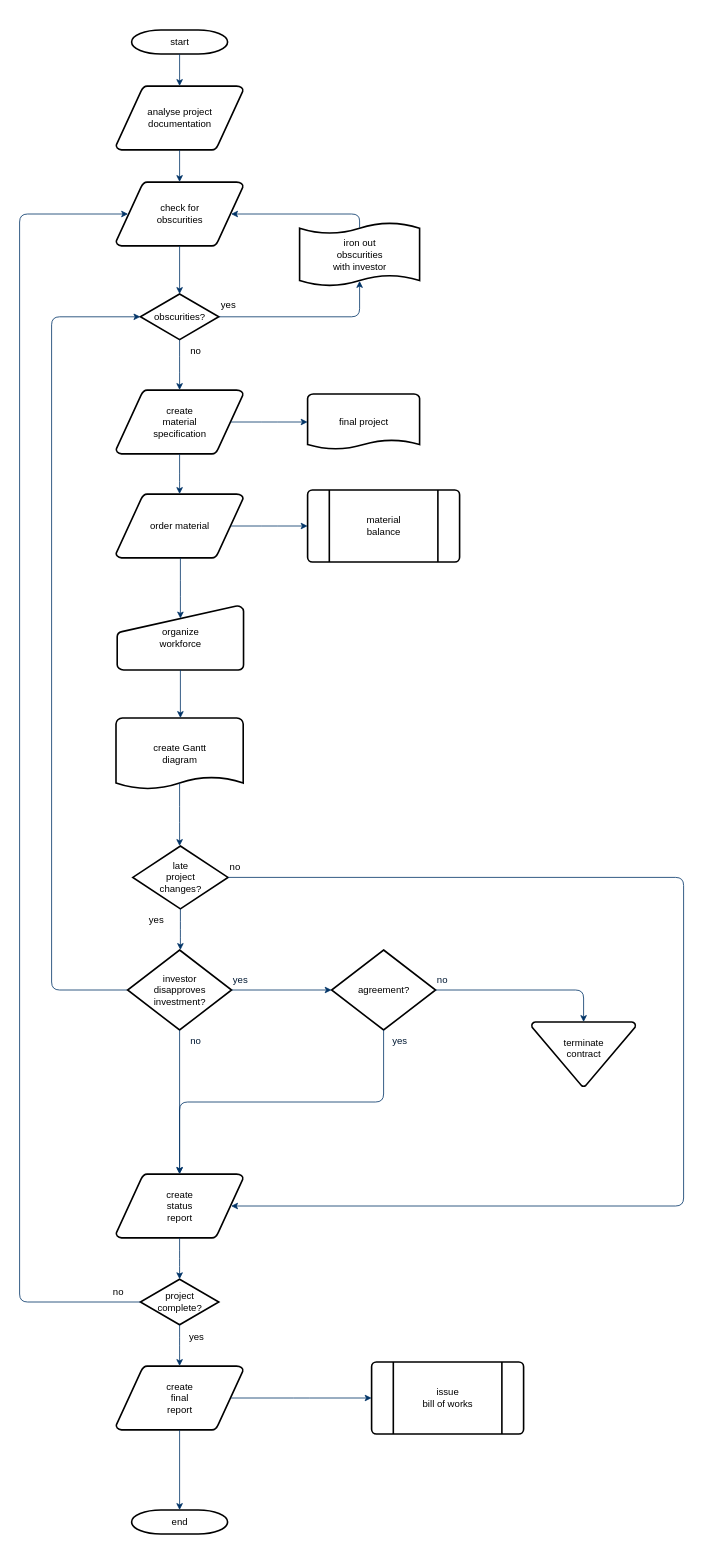
This is boltdb写事务.drawio from peng6677/drawio, a draw.io file, before an edit. Source tidied: cells renumbered, new cells numbered last; positions are measured from the earlier drawing's top-left corner, leaving out a move shared by most shapes. Both pictures are drawn from the tidied source at 80%, with x=0, y=0 at pixel (19, 30).
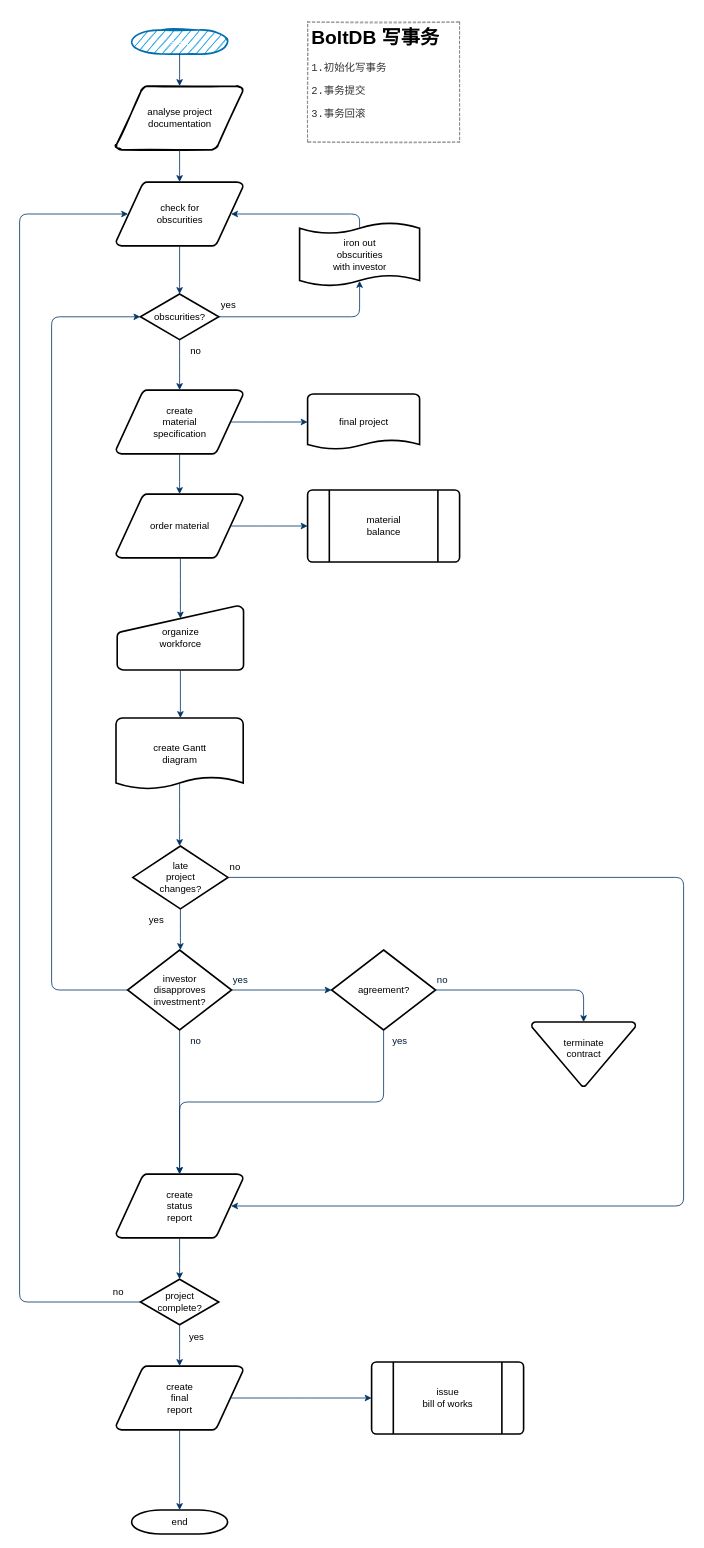
The same diagram, later.

Commit message:
更新boltdb写事务.drawio

Change to the diagram source:
```diff
@@
-    <mxCell id="2" value="start" style="shape=mxgraph.flowchart.terminator;strokeWidth=2;gradientColor=none;gradientDirection=north;fontStyle=0;html=1;" parent="1" vertex="1">
+    <mxCell id="2" value="start" style="shape=mxgraph.flowchart.terminator;strokeWidth=2;gradientDirection=north;fontStyle=0;html=1;sketch=1;shadow=0;fillColor=#1ba1e2;strokeColor=#006EAF;fontColor=#ffffff;" parent="1" vertex="1">
       <mxGeometry x="140" width="120" height="30" as="geometry" />
     </mxCell>
-    <mxCell id="3" value="analyse project&#10; documentation" style="shape=mxgraph.flowchart.data;strokeWidth=2;gradientColor=none;gradientDirection=north;fontStyle=0;html=1;" parent="1" vertex="1">
+    <mxCell id="3" value="analyse project&#10; documentation" style="shape=mxgraph.flowchart.data;strokeWidth=2;gradientColor=none;gradientDirection=north;fontStyle=0;html=1;sketch=1;" parent="1" vertex="1">
       <mxGeometry x="120.5" y="70" width="159" height="80" as="geometry" />
     </mxCell>
@@
+    <mxCell id="56" value="&lt;h1&gt;&lt;span style=&quot;background-color: rgb(255 , 255 , 255)&quot;&gt;BoltDB 写事务&lt;/span&gt;&lt;/h1&gt;&lt;pre style=&quot;font-family: &amp;#34;jetbrains mono&amp;#34; , monospace ; font-size: 9.8pt&quot;&gt;&lt;span style=&quot;background-color: rgb(255 , 255 , 255)&quot;&gt;&lt;font color=&quot;#333333&quot;&gt;1.初始化写事务&lt;/font&gt;&lt;/span&gt;&lt;/pre&gt;&lt;pre style=&quot;font-family: &amp;#34;jetbrains mono&amp;#34; , monospace ; font-size: 9.8pt&quot;&gt;&lt;span style=&quot;background-color: rgb(255 , 255 , 255)&quot;&gt;&lt;font color=&quot;#333333&quot;&gt;2.事务提交&lt;/font&gt;&lt;/span&gt;&lt;/pre&gt;&lt;pre style=&quot;font-family: &amp;#34;jetbrains mono&amp;#34; , monospace ; font-size: 9.8pt&quot;&gt;&lt;span style=&quot;background-color: rgb(255 , 255 , 255)&quot;&gt;&lt;font color=&quot;#333333&quot;&gt;3.事务回滚&lt;/font&gt;&lt;/span&gt;&lt;/pre&gt;&lt;pre style=&quot;font-family: &amp;#34;jetbrains mono&amp;#34; , monospace ; font-size: 9.8pt&quot;&gt;&lt;span style=&quot;background-color: rgb(255 , 255 , 255)&quot;&gt;&lt;font color=&quot;#333333&quot;&gt;&lt;br&gt;&lt;/font&gt;&lt;/span&gt;&lt;/pre&gt;" style="text;html=1;spacing=5;spacingTop=-20;whiteSpace=wrap;overflow=hidden;rounded=0;imageAspect=0;strokeColor=#808080;dashed=1;sketch=1;" parent="1" vertex="1">
+      <mxGeometry x="360" y="-10" width="190" height="150" as="geometry" />
+    </mxCell>
```
